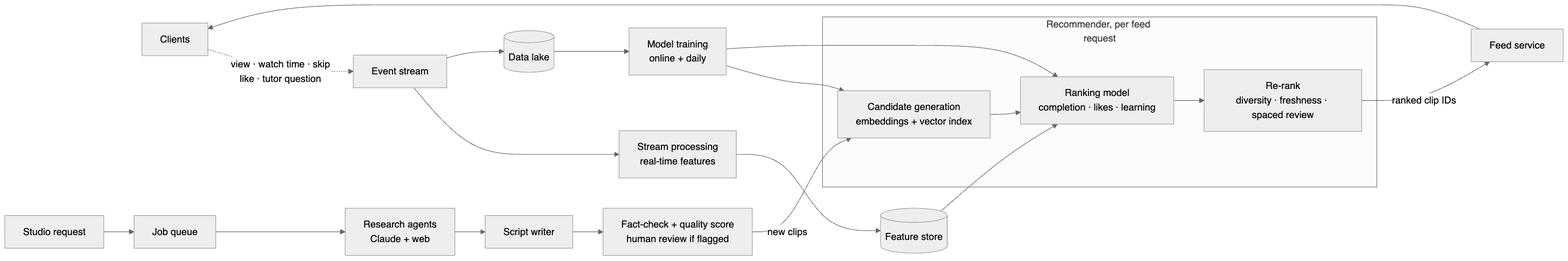
Above: docs/diagrams/scale-learning-loop.png in rohit-v-gore/edutok (Mermaid), before the change. Its source is kept beside it as docs/diagrams/scale-learning-loop.mmd. Its diagram source:
```mermaid
flowchart LR
  C["Clients"] -. "view · watch time · skip<br/>like · tutor question" .-> K["Event stream"]
  K --> SP["Stream processing<br/>real-time features"]
  K --> LAKE[("Data lake")]
  LAKE --> TR["Model training<br/>online + daily"]
  SP --> FS[("Feature store")]

  subgraph Rec["Recommender, per feed request"]
    direction LR
    CG["Candidate generation<br/>embeddings + vector index"] --> RK["Ranking model<br/>completion · likes · learning"] --> RR["Re-rank<br/>diversity · freshness · spaced review"]
  end
  TR --> CG
  TR --> RK
  FS --> RK
  RR -->|"ranked clip IDs"| F["Feed service"] --> C

  S["Studio request"] --> Q["Job queue"] --> RA["Research agents<br/>Claude + web"] --> WR["Script writer"] --> QC["Fact-check + quality score<br/>human review if flagged"]
  QC -->|"new clips"| CG
```
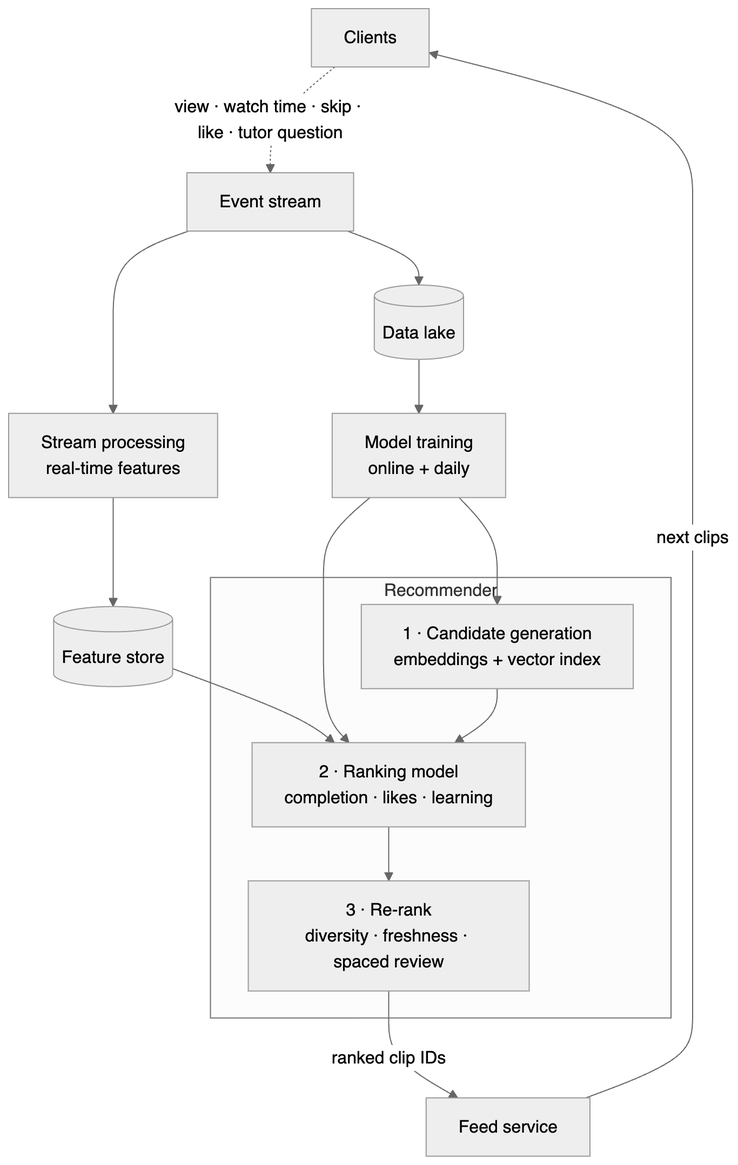
The same file after the commit.

Commit message:
README: split learning loop and content pipeline into readable diagrams

Change to the diagram source:
```diff
@@ -1,18 +1,14 @@
-flowchart LR
-  C["Clients"] -. "view · watch time · skip<br/>like · tutor question" .-> K["Event stream"]
+flowchart TB
+  C["Clients"] -. "view · watch time · skip · like · tutor question" .-> K["Event stream"]
   K --> SP["Stream processing<br/>real-time features"]
   K --> LAKE[("Data lake")]
+  SP --> FS[("Feature store")]
   LAKE --> TR["Model training<br/>online + daily"]
-  SP --> FS[("Feature store")]
-
-  subgraph Rec["Recommender, per feed request"]
-    direction LR
-    CG["Candidate generation<br/>embeddings + vector index"] --> RK["Ranking model<br/>completion · likes · learning"] --> RR["Re-rank<br/>diversity · freshness · spaced review"]
+  TR --> CG
+  FS --> RK
+  TR --> RK
+  subgraph Rec["Recommender"]
+    CG["1 · Candidate generation<br/>embeddings + vector index"] --> RK["2 · Ranking model<br/>completion · likes · learning"] --> RR["3 · Re-rank<br/>diversity · freshness · spaced review"]
   end
-  TR --> CG
-  TR --> RK
-  FS --> RK
-  RR -->|"ranked clip IDs"| F["Feed service"] --> C
-
-  S["Studio request"] --> Q["Job queue"] --> RA["Research agents<br/>Claude + web"] --> WR["Script writer"] --> QC["Fact-check + quality score<br/>human review if flagged"]
-  QC -->|"new clips"| CG
+  RR -->|"ranked clip IDs"| F["Feed service"]
+  F -->|"next clips"| C
```
